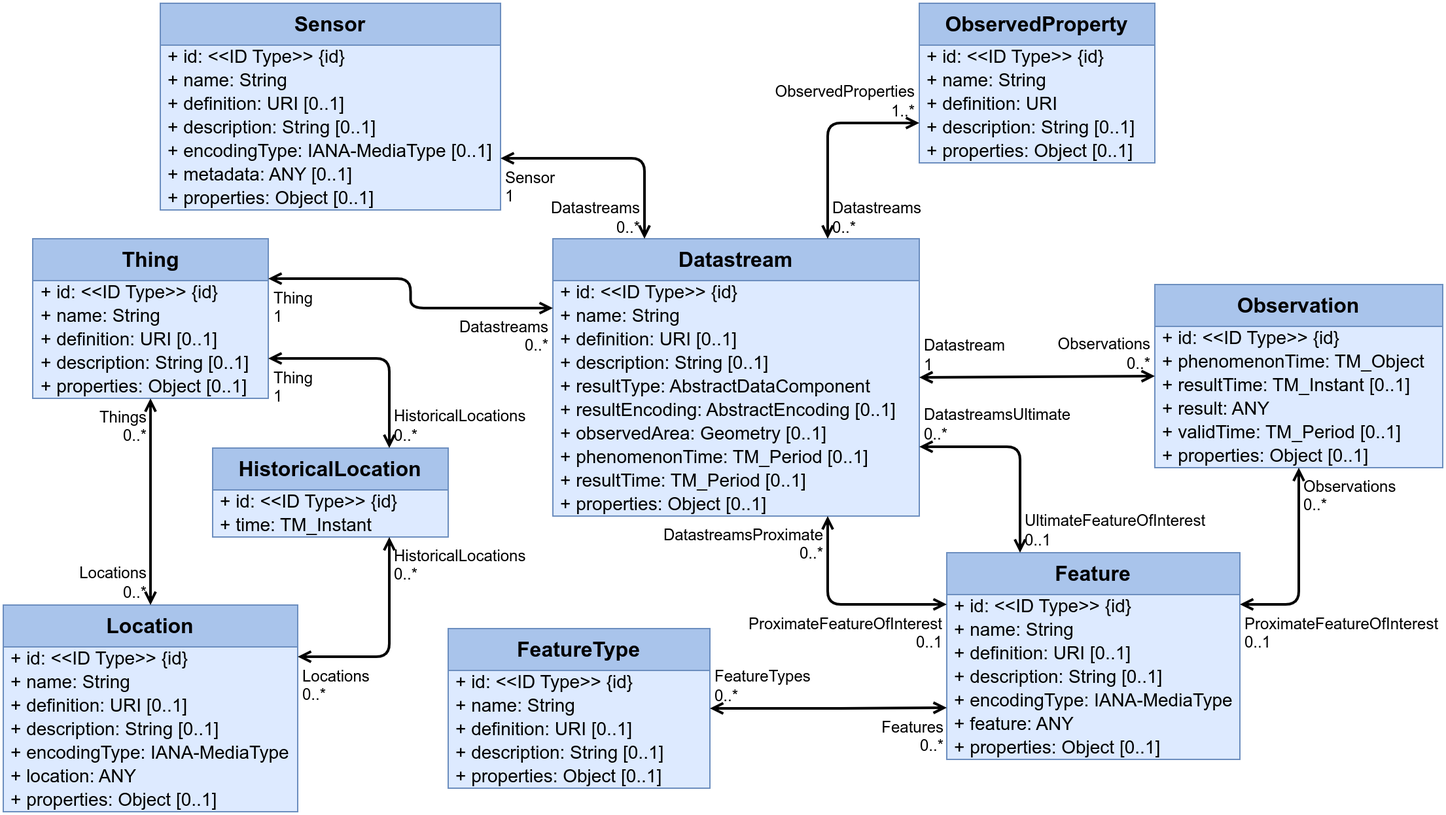
The draw.io diagram figures/Datamodel-SensorThingsApi-V2-Core.drawio.png in opengeospatial/sensorthings, before a commit. Source tidied: cells renumbered, new cells last; positions are measured from the earlier drawing's top-left corner, leaving out a move shared by most shapes.
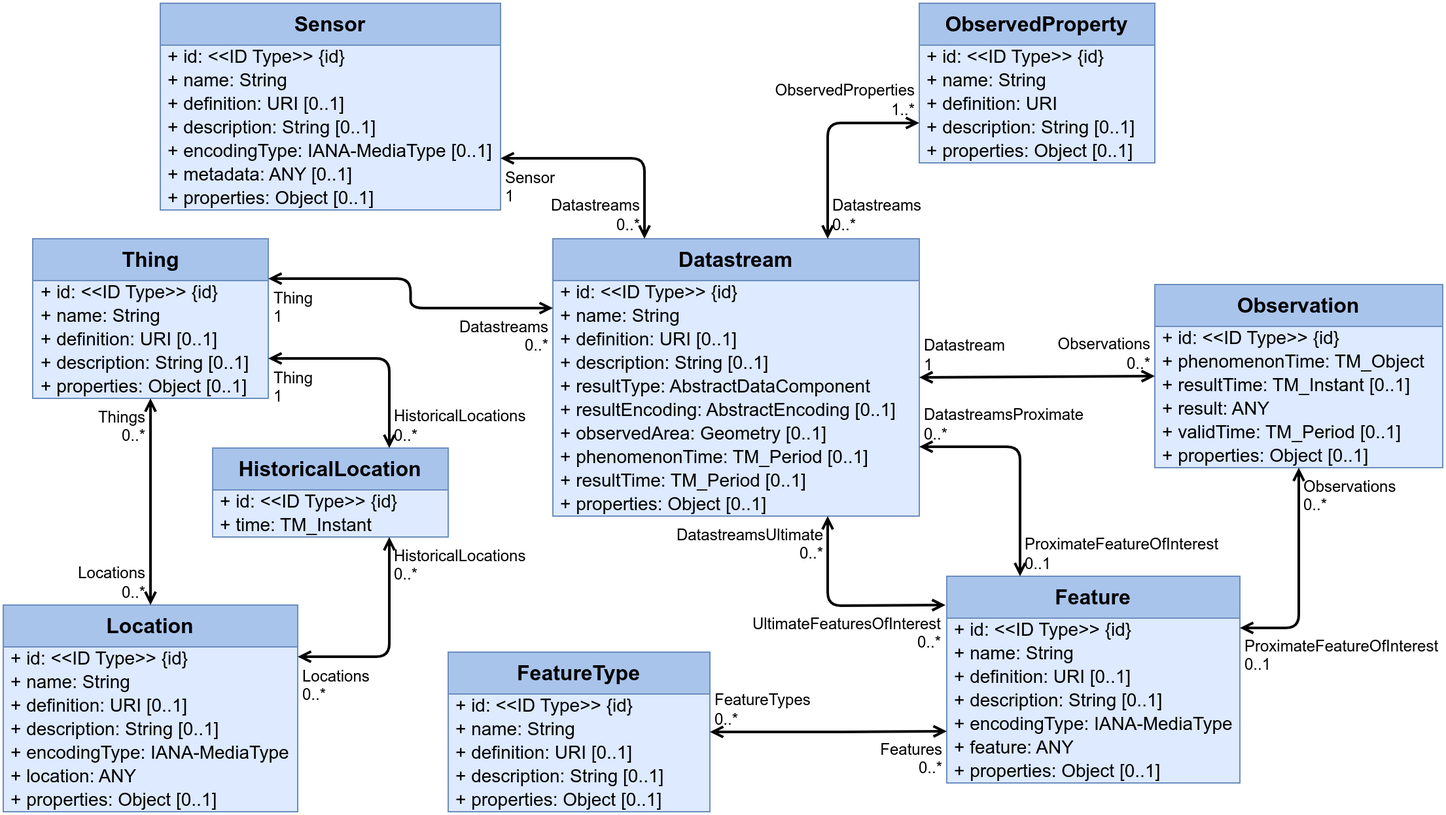
Above is the later version.

Change to the diagram source:
```diff
@@ -36,7 +36,7 @@
       <mxGeometry y="194" width="280" height="18" as="geometry" />
     </mxCell>
     <mxCell id="13" value="Feature" style="swimlane;fontStyle=1;horizontal=1;startSize=32;fontSize=16;whiteSpace=wrap;html=1;fillColor=#A9C4EB;strokeColor=#6c8ebf;swimlaneFillColor=#DDEAFF;verticalAlign=top;" parent="1" vertex="1">
-      <mxGeometry x="721" y="420" width="224" height="158" as="geometry" />
+      <mxGeometry x="721" y="438" width="224" height="158" as="geometry" />
     </mxCell>
     <mxCell id="14" value="+&amp;nbsp;id: &amp;lt;&amp;lt;ID Type&amp;gt;&amp;gt;&amp;nbsp;{id}" style="text;strokeColor=none;fillColor=none;align=left;verticalAlign=middle;spacingLeft=4;spacingRight=4;overflow=visible;html=1;fontSize=14;" parent="13" vertex="1">
       <mxGeometry y="32" width="224" height="18" as="geometry" />
@@ -59,17 +59,17 @@
     <mxCell id="20" value="+&amp;nbsp;properties: Object&amp;nbsp;[0..1]" style="text;strokeColor=none;fillColor=none;align=left;verticalAlign=middle;spacingLeft=4;spacingRight=4;overflow=visible;html=1;fontSize=14;" parent="13" vertex="1">
       <mxGeometry y="140" width="224" height="18" as="geometry" />
     </mxCell>
-    <mxCell id="21" style="endArrow=open;startArrow=open;html=1;rounded=1;exitX=0;exitY=0.25;exitDx=0;exitDy=0;edgeStyle=orthogonalEdgeStyle;entryX=0.75;entryY=1;entryDx=0;entryDy=0;curved=0;strokeWidth=2;startFill=0;endFill=0;" parent="1" edge="1" source="13" target="2">
+    <mxCell id="21" style="endArrow=open;startArrow=open;html=1;rounded=1;exitX=0.25;exitY=0;exitDx=0;exitDy=0;edgeStyle=orthogonalEdgeStyle;entryX=1;entryY=0.75;entryDx=0;entryDy=0;curved=0;strokeWidth=2;startFill=0;endFill=0;" parent="1" edge="1" source="13" target="2">
       <mxGeometry relative="1" as="geometry" />
     </mxCell>
-    <mxCell id="22" value="ProximateFeatureOfInterest&lt;br&gt;0..1" style="edgeLabel;html=1;align=right;verticalAlign=top;labelBackgroundColor=none;fontSize=12;spacingLeft=1;spacing=3;spacingRight=2;" parent="21" vertex="1">
+    <mxCell id="22" value="ProximateFeatureOfInterest&lt;br&gt;0..1" style="edgeLabel;html=1;align=left;verticalAlign=bottom;labelBackgroundColor=none;fontSize=12;spacingLeft=1;spacing=3;spacingRight=2;" parent="21" vertex="1">
       <mxGeometry x="-1" relative="1" as="geometry" />
     </mxCell>
-    <mxCell id="23" value="DatastreamsProximate&lt;br&gt;0..*" style="edgeLabel;html=1;align=right;verticalAlign=top;labelBackgroundColor=none;fontSize=12;spacingLeft=1;spacing=3;spacingRight=2;" parent="21" vertex="1">
+    <mxCell id="23" value="DatastreamsProximate&lt;br&gt;0..*" style="edgeLabel;html=1;align=left;verticalAlign=bottom;labelBackgroundColor=none;fontSize=12;spacingLeft=1;spacing=3;spacingRight=2;" parent="21" vertex="1">
       <mxGeometry x="1" relative="1" as="geometry" />
     </mxCell>
     <mxCell id="24" value="FeatureType" style="swimlane;fontStyle=1;horizontal=1;startSize=32;fontSize=16;whiteSpace=wrap;html=1;fillColor=#A9C4EB;strokeColor=#6c8ebf;swimlaneFillColor=#DDEAFF;verticalAlign=top;" parent="1" vertex="1">
-      <mxGeometry x="340" y="478" width="200" height="122" as="geometry" />
+      <mxGeometry x="340" y="496" width="200" height="122" as="geometry" />
     </mxCell>
     <mxCell id="25" value="+&amp;nbsp;id: &amp;lt;&amp;lt;ID Type&amp;gt;&amp;gt;&amp;nbsp;{id}" style="text;strokeColor=none;fillColor=none;align=left;verticalAlign=middle;spacingLeft=4;spacingRight=4;overflow=visible;html=1;fontSize=14;" parent="24" vertex="1">
       <mxGeometry y="32" width="200" height="18" as="geometry" />
@@ -281,13 +281,15 @@
     <mxCell id="94" value="Datastreams&lt;br&gt;0..*" style="edgeLabel;html=1;align=right;verticalAlign=top;labelBackgroundColor=none;fontSize=12;spacingLeft=1;spacing=3;spacingRight=2;" parent="92" vertex="1">
       <mxGeometry x="1" relative="1" as="geometry" />
     </mxCell>
-    <mxCell id="95" style="endArrow=open;startArrow=open;html=1;rounded=1;exitX=0.25;exitY=0;exitDx=0;exitDy=0;edgeStyle=orthogonalEdgeStyle;entryX=1;entryY=0.75;entryDx=0;entryDy=0;curved=0;strokeWidth=2;startFill=0;endFill=0;" parent="1" edge="1" source="13" target="2">
-      <mxGeometry relative="1" as="geometry" />
+    <mxCell id="95" style="endArrow=open;startArrow=open;html=1;rounded=1;edgeStyle=orthogonalEdgeStyle;entryX=0.75;entryY=1;entryDx=0;entryDy=0;curved=0;strokeWidth=2;startFill=0;endFill=0;" parent="1" edge="1" target="2">
+      <mxGeometry relative="1" as="geometry">
+        <mxPoint x="720" y="460" as="sourcePoint" />
+      </mxGeometry>
     </mxCell>
-    <mxCell id="96" value="UltimateFeatureOfInterest&lt;br&gt;0..1" style="edgeLabel;html=1;align=left;verticalAlign=bottom;labelBackgroundColor=none;fontSize=12;spacingLeft=1;spacing=3;spacingRight=2;" parent="95" vertex="1">
+    <mxCell id="96" value="UltimateFeaturesOfInterest&lt;br&gt;0..*" style="edgeLabel;html=1;align=right;verticalAlign=top;labelBackgroundColor=none;fontSize=12;spacingLeft=1;spacing=3;spacingRight=2;" parent="95" vertex="1">
       <mxGeometry x="-1" relative="1" as="geometry" />
     </mxCell>
-    <mxCell id="97" value="DatastreamsUltimate&lt;br&gt;0..*" style="edgeLabel;html=1;align=left;verticalAlign=bottom;labelBackgroundColor=none;fontSize=12;spacingLeft=1;spacing=3;spacingRight=2;" parent="95" vertex="1">
+    <mxCell id="97" value="DatastreamsUltimate&lt;br&gt;0..*" style="edgeLabel;html=1;align=right;verticalAlign=top;labelBackgroundColor=none;fontSize=12;spacingLeft=1;spacing=3;spacingRight=2;" parent="95" vertex="1">
       <mxGeometry x="1" relative="1" as="geometry" />
     </mxCell>
   </root>
```
